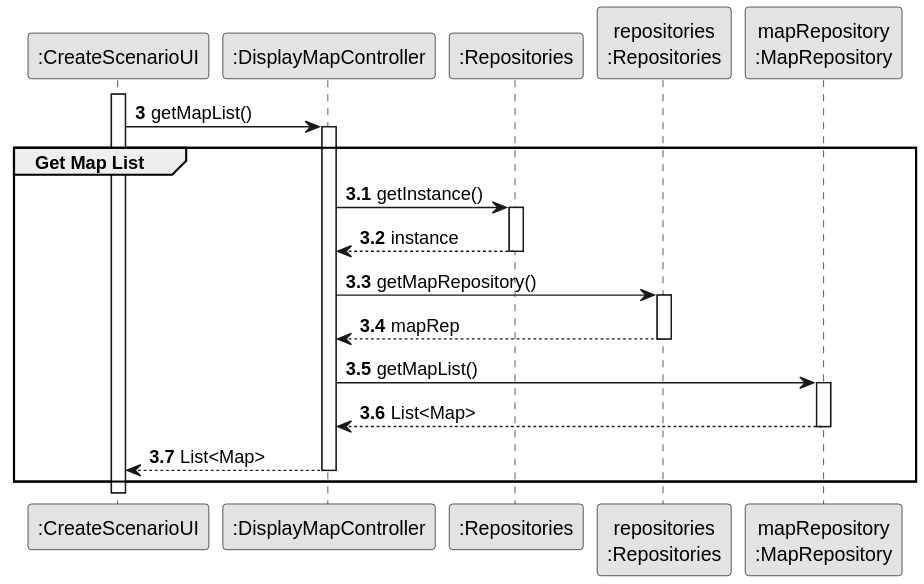
Earlier version of the PlantUML export docs/sprint2/us004/03.design/svg/us004-sd-partial-get-map-list.svg (ivasduarte/all-aboard).
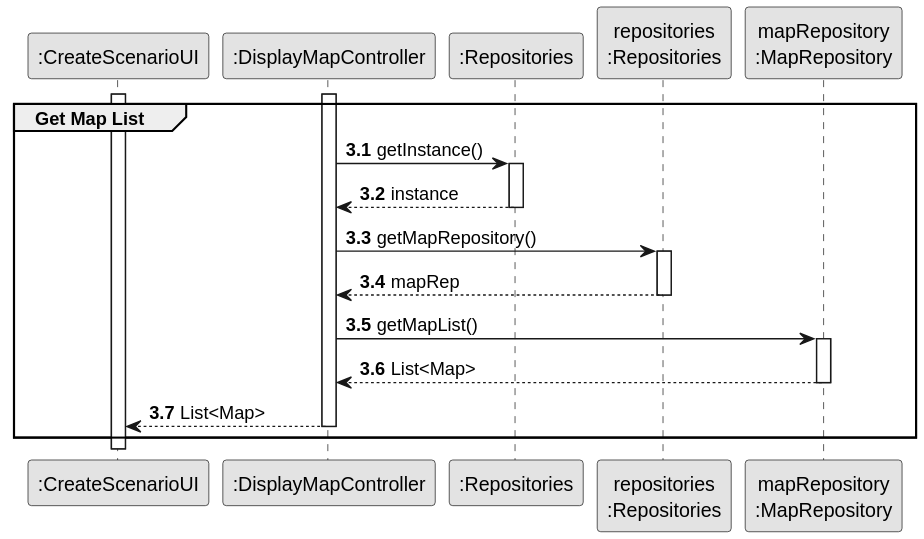
The same file after the commit.

What changed in the source:
```diff
@@ -10,15 +10,12 @@
 participant "mapRepository\n:MapRepository" as mapRep
 
 
-autonumber 3
+autonumber 3.1
 
 activate UI
-
-UI -> mapCTRL : getMapList()
 activate mapCTRL
 
 group Get Map List
-    autonumber 3.1
     mapCTRL -> reps : getInstance()
     activate reps
     reps --> mapCTRL : instance
```
